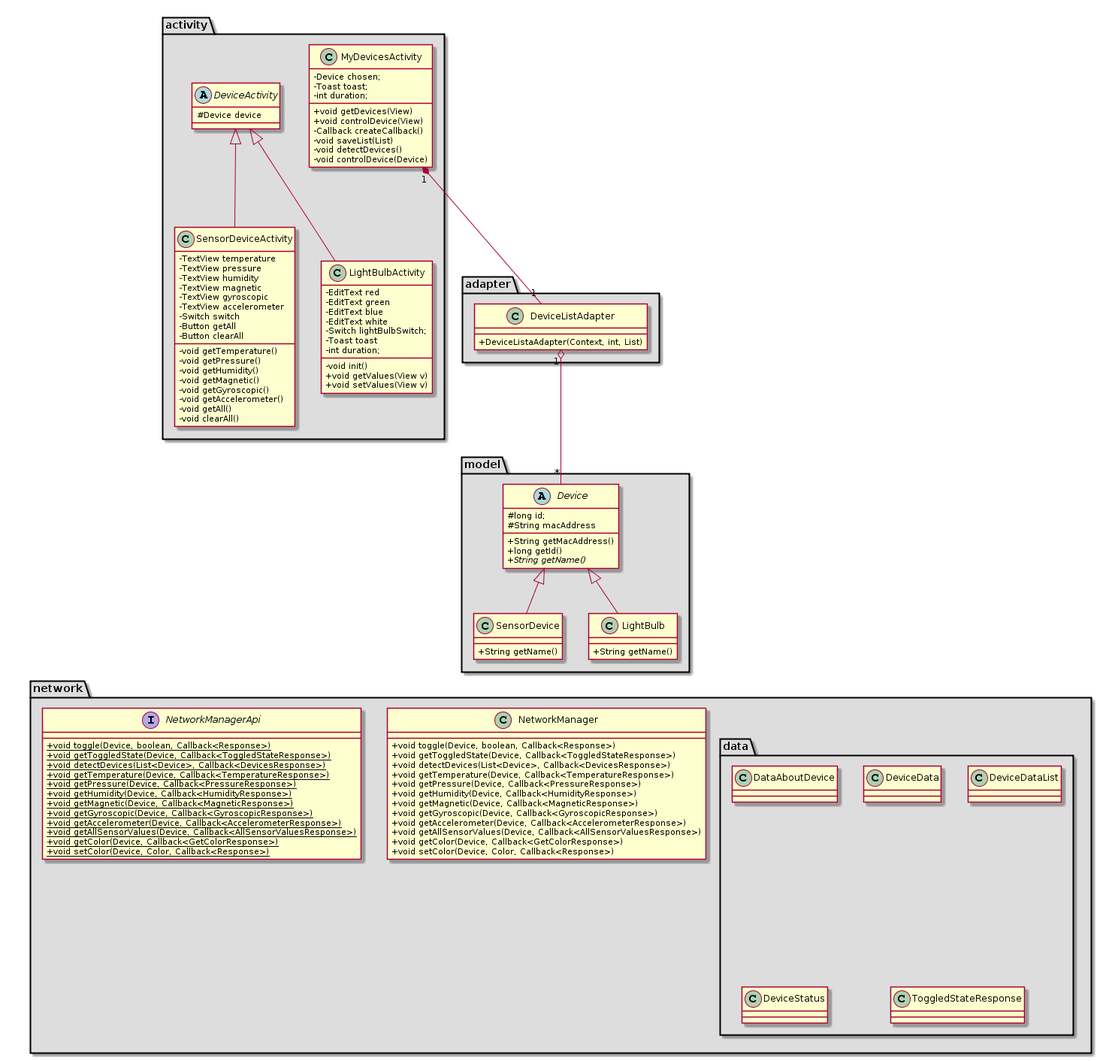
Earlier version of the PlantUML export docs/STLDD/class_diagram.png (ockka/ETSN05-Group2).
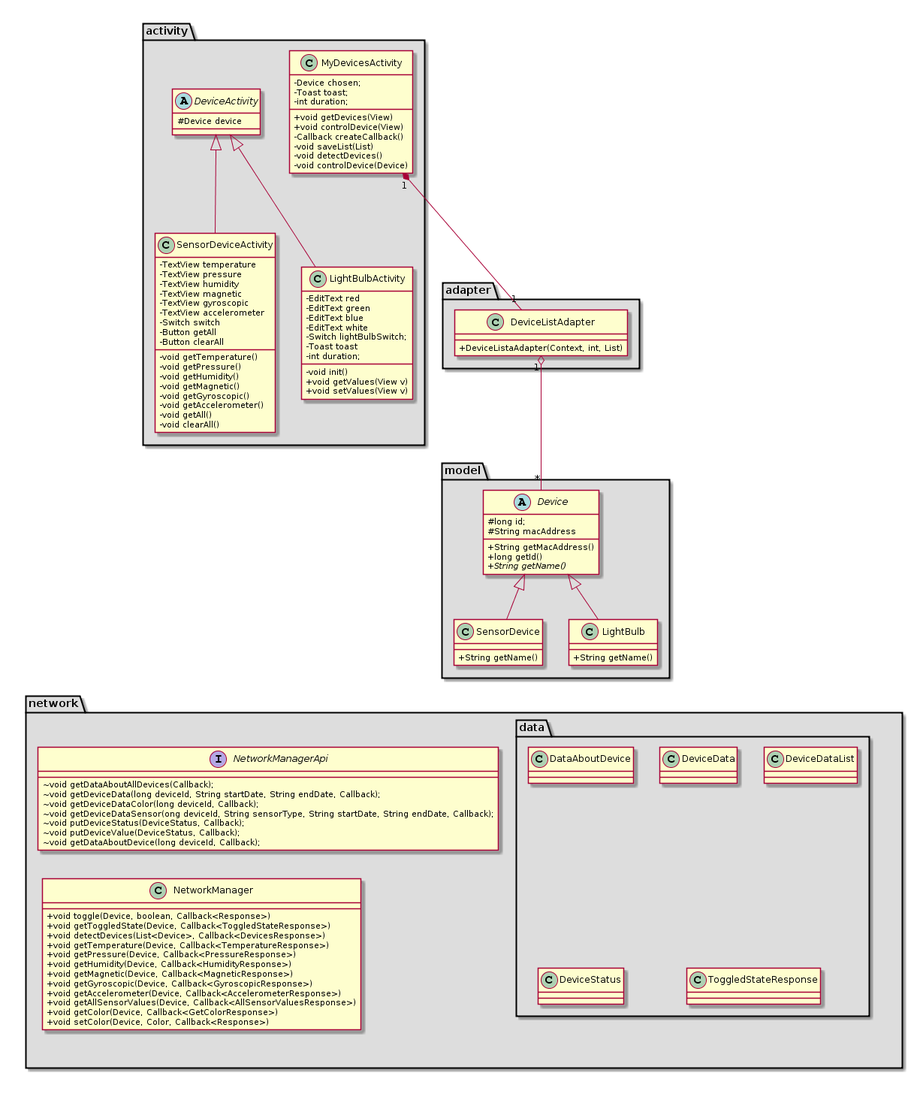
After the commit.

Diff of the diagram source:
```diff
@@ -10,14 +10,16 @@
 package "network" #DDDDDD {
   class NetworkManager
   interface NetworkManagerApi
-  package "data" #DDDDDD {
+package "data" #DDDDDD {
    class DataAboutDevice
    class DeviceData
    class DeviceDataList
    class DeviceStatus
    class ToggledStateResponse
   }
+
 }
+
 package "adapter" #DDDDDD {
   class DeviceListAdapter
 }
@@ -43,18 +45,13 @@
 }
 
 interface NetworkManagerApi{
- +{static} void toggle(Device, boolean, Callback<Response>)
- +{static} void getToggledState(Device, Callback<ToggledStateResponse>)
- +{static} void detectDevices(List<Device>, Callback<DevicesResponse>)
- +{static} void getTemperature(Device, Callback<TemperatureResponse>)
- +{static} void getPressure(Device, Callback<PressureResponse>)
- +{static} void getHumidity(Device, Callback<HumidityResponse>)
- +{static} void getMagnetic(Device, Callback<MagneticResponse>)
- +{static} void getGyroscopic(Device, Callback<GyroscopicResponse>)
- +{static} void getAccelerometer(Device, Callback<AccelerometerResponse>)
- +{static} void getAllSensorValues(Device, Callback<AllSensorValuesResponse>)
- +{static} void getColor(Device, Callback<GetColorResponse>)
- +{static} void setColor(Device, Color, Callback<Response>)
+ ~void getDataAboutAllDevices(Callback);
+ ~void getDeviceData(long deviceId, String startDate, String endDate, Callback);
+ ~void getDeviceDataColor(long deviceId, Callback);
+ ~void getDeviceDataSensor(ong deviceId, String sensorType, String startDate, String endDate, Callback);
+ ~void putDeviceStatus(DeviceStatus, Callback);
+ ~void putDeviceValue(DeviceStatus, Callback);
+ ~void getDataAboutDevice(long deviceId, Callback);
 }
 
 
```
